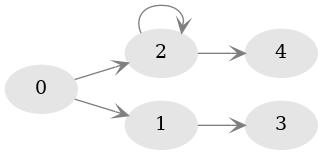
Above: grafos/implementacoes/listaAdjacencia/graph.png in FranciscoGJR/Data-Structures (Graphviz), before the change. Its source is kept beside it as grafos/implementacoes/listaAdjacencia/graph.dot.
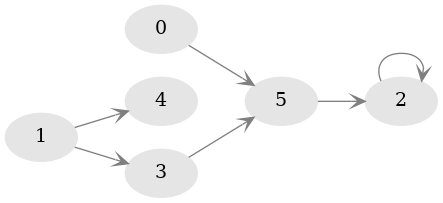
After the change.

Commit message:
[r0.1] - Alterando atributo de Graph de array para vertices

Change to the diagram source:
```diff
@@ -2,9 +2,10 @@
 rankdir=LR;
 node [shape=ellipse, style=filled, color=gray90];
 edge [color=gray50, arrowhead=vee];
-0 -> 2;
-0 -> 1;
+0 -> 5;
+1 -> 4;
 1 -> 3;
 2 -> 2;
-2 -> 4;
+3 -> 5;
+5 -> 2;
 }
```
